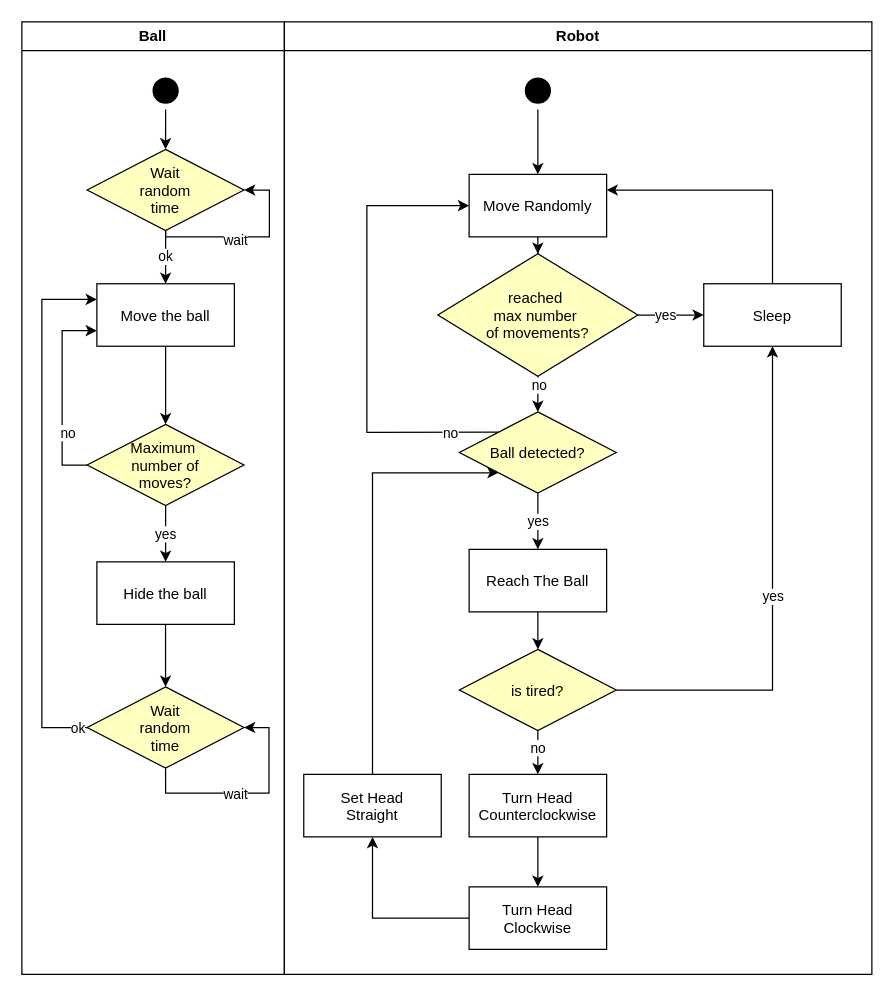
Before: draw_io/activity_v1.drawio in aGotelli/Andrea_Gotelli_EROLA_Assignment, a draw.io diagram. Source tidied: cells renumbered, new cells numbered last; positions are measured from the earlier drawing's top-left corner, leaving out a move shared by most shapes. Both pictures are drawn from the tidied source at 125%, with x=0, y=0 at pixel (21, 21).
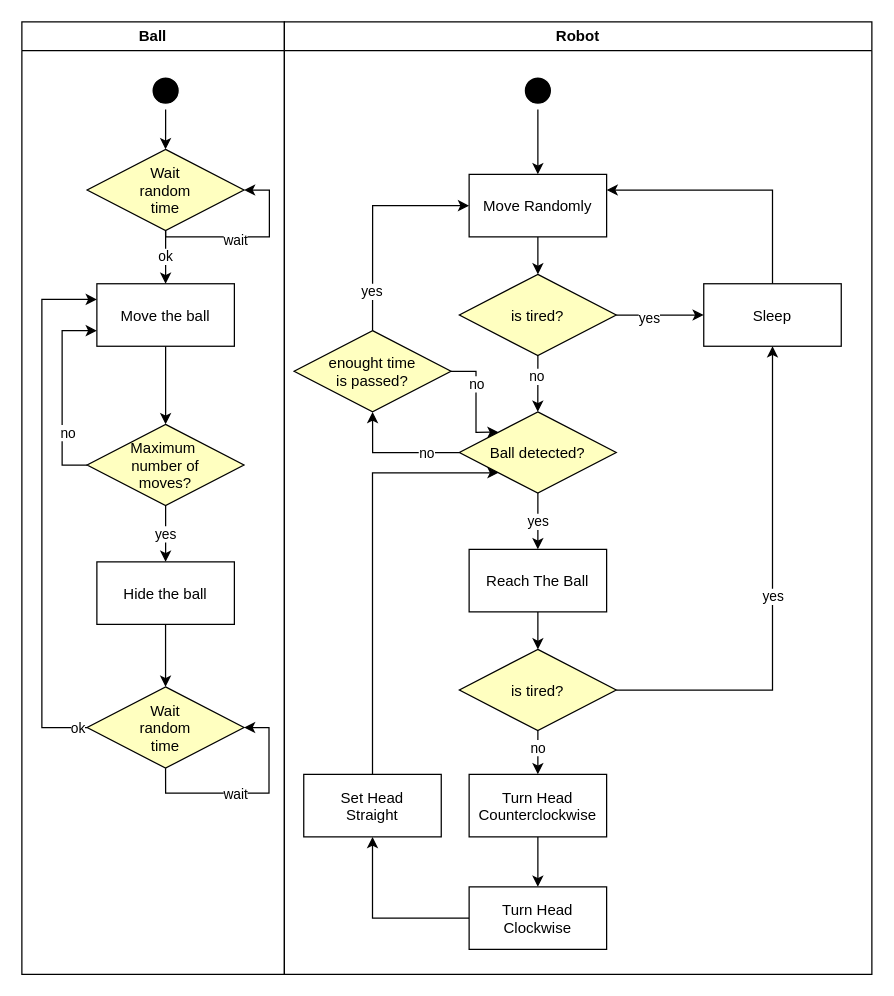
The same page after the edit.

Unchanged cells that the change refers to:
```xml
<mxCell id="22" value="Robot" style="swimlane;whiteSpace=wrap;" parent="1" vertex="1">
  <mxGeometry x="210" width="470" height="762" as="geometry" />
</mxCell>
<mxCell id="26" value="Move Randomly" parent="22" vertex="1">
  <mxGeometry x="147.8" y="122" width="110" height="50" as="geometry" />
</mxCell>
<mxCell id="35" value="Ball detected?" style="rhombus;fillColor=#ffffc0;" parent="22" vertex="1">
  <mxGeometry x="140" y="312" width="125.5" height="65" as="geometry" />
</mxCell>
<mxCell id="37" value="Sleep" parent="22" vertex="1">
  <mxGeometry x="335.5" y="209.5" width="110" height="50" as="geometry" />
</mxCell>
```

The edit, as a diff of the source:
```diff
@@
-    <mxCell id="25" style="edgeStyle=orthogonalEdgeStyle;rounded=0;jettySize=auto;html=1;entryX=0.5;entryY=0;entryDx=0;entryDy=0;strokeColor=#000000;" parent="22" edge="1" source="26" target="31">
-      <mxGeometry relative="1" as="geometry" />
-    </mxCell>
+    <mxCell id="50" style="edgeStyle=orthogonalEdgeStyle;rounded=0;jettySize=auto;html=1;" parent="22" edge="1" source="26" target="57">
+      <mxGeometry relative="1" as="geometry" />
+    </mxCell>
@@
-    <mxCell id="27" style="edgeStyle=orthogonalEdgeStyle;rounded=0;jettySize=auto;html=1;entryX=0;entryY=0.5;entryDx=0;entryDy=0;" parent="22" edge="1" source="31" target="37">
-      <mxGeometry relative="1" as="geometry" />
-    </mxCell>
-    <mxCell id="28" value="yes" style="edgeLabel;html=1;align=center;verticalAlign=middle;" parent="27" vertex="1">
-      <mxGeometry x="-0.15" relative="1" as="geometry" />
-    </mxCell>
-    <mxCell id="29" style="edgeStyle=orthogonalEdgeStyle;rounded=0;jettySize=auto;html=1;entryX=0.5;entryY=0;entryDx=0;entryDy=0;" parent="22" edge="1" source="31" target="35">
-      <mxGeometry relative="1" as="geometry" />
-    </mxCell>
-    <mxCell id="30" value="no" style="edgeLabel;html=1;align=center;verticalAlign=middle;" parent="29" vertex="1">
-      <mxGeometry x="-0.71" y="1" relative="1" as="geometry" />
-    </mxCell>
-    <mxCell id="31" value="reached &#10;max number &#10;of movements?" style="rhombus;fillColor=#ffffc0;" parent="22" vertex="1">
-      <mxGeometry x="122.8" y="185.5" width="160" height="98" as="geometry" />
-    </mxCell>
@@
-    <mxCell id="33" style="edgeStyle=orthogonalEdgeStyle;rounded=0;jettySize=auto;html=1;entryX=0;entryY=0.5;entryDx=0;entryDy=0;exitX=0;exitY=0;exitDx=0;exitDy=0;" parent="22" edge="1" source="35" target="26">
-      <mxGeometry relative="1" as="geometry">
-        <Array as="points">
-          <mxPoint x="66" y="328" />
-          <mxPoint x="66" y="147" />
-        </Array>
-      </mxGeometry>
-    </mxCell>
-    <mxCell id="34" value="no" style="edgeLabel;html=1;align=center;verticalAlign=middle;" parent="33" vertex="1">
-      <mxGeometry x="-0.79" relative="1" as="geometry" />
-    </mxCell>
+    <mxCell id="51" style="edgeStyle=orthogonalEdgeStyle;rounded=0;jettySize=auto;html=1;entryX=0.5;entryY=1;entryDx=0;entryDy=0;" parent="22" edge="1" source="35" target="62">
+      <mxGeometry relative="1" as="geometry" />
+    </mxCell>
+    <mxCell id="52" value="no" style="edgeLabel;html=1;align=center;verticalAlign=middle;" parent="51" vertex="1">
+      <mxGeometry x="-0.47" relative="1" as="geometry" />
+    </mxCell>
@@
+    <mxCell id="53" style="edgeStyle=orthogonalEdgeStyle;rounded=0;jettySize=auto;html=1;entryX=0;entryY=0.5;entryDx=0;entryDy=0;" parent="22" edge="1" source="57" target="37">
+      <mxGeometry relative="1" as="geometry" />
+    </mxCell>
+    <mxCell id="54" value="yes" style="edgeLabel;html=1;align=center;verticalAlign=middle;" parent="53" vertex="1">
+      <mxGeometry x="-0.27" y="-2" relative="1" as="geometry" />
+    </mxCell>
+    <mxCell id="55" style="edgeStyle=orthogonalEdgeStyle;rounded=0;jettySize=auto;html=1;entryX=0.5;entryY=0;entryDx=0;entryDy=0;" parent="22" edge="1" source="57" target="35">
+      <mxGeometry relative="1" as="geometry">
+        <Array as="points">
+          <mxPoint x="203" y="272" />
+          <mxPoint x="203" y="272" />
+        </Array>
+      </mxGeometry>
+    </mxCell>
+    <mxCell id="56" value="no" style="edgeLabel;html=1;align=center;verticalAlign=middle;" parent="55" vertex="1">
+      <mxGeometry x="-0.26" y="-1" relative="1" as="geometry" />
+    </mxCell>
+    <mxCell id="57" value="is tired?" style="rhombus;fillColor=#ffffc0;" parent="22" vertex="1">
+      <mxGeometry x="140" y="202" width="125.5" height="65" as="geometry" />
+    </mxCell>
+    <mxCell id="58" style="edgeStyle=orthogonalEdgeStyle;rounded=0;jettySize=auto;html=1;entryX=0;entryY=0;entryDx=0;entryDy=0;" parent="22" edge="1" source="62" target="35">
+      <mxGeometry relative="1" as="geometry" />
+    </mxCell>
+    <mxCell id="59" value="no" style="edgeLabel;html=1;align=center;verticalAlign=middle;" parent="58" vertex="1">
+      <mxGeometry x="-0.31" relative="1" as="geometry" />
+    </mxCell>
+    <mxCell id="60" style="edgeStyle=orthogonalEdgeStyle;rounded=0;jettySize=auto;html=1;entryX=0;entryY=0.5;entryDx=0;entryDy=0;exitX=0.5;exitY=0;exitDx=0;exitDy=0;" parent="22" edge="1" source="62" target="26">
+      <mxGeometry relative="1" as="geometry" />
+    </mxCell>
+    <mxCell id="61" value="yes" style="edgeLabel;html=1;align=center;verticalAlign=middle;" parent="60" vertex="1">
+      <mxGeometry x="-0.65" y="1" relative="1" as="geometry" />
+    </mxCell>
+    <mxCell id="62" value="enought time&#10;is passed?" style="rhombus;fillColor=#ffffc0;" parent="22" vertex="1">
+      <mxGeometry x="7.8" y="247" width="125.5" height="65" as="geometry" />
+    </mxCell>
```
